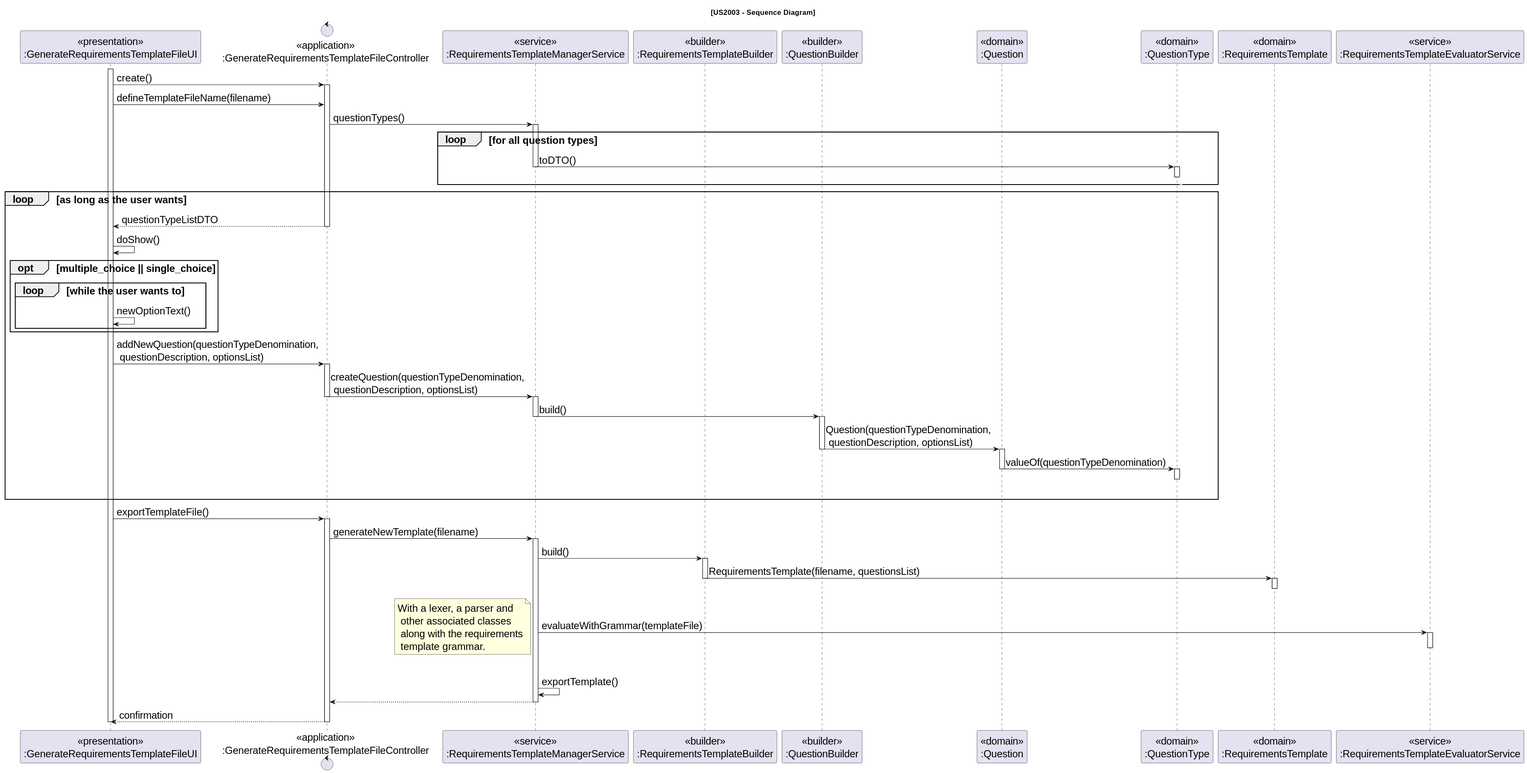
Before: docs/sb_us_2003/US2003_SD/US2003_SD.svg, a diagram exported from PlantUML (rita-barbosa/LAPR4-2324).
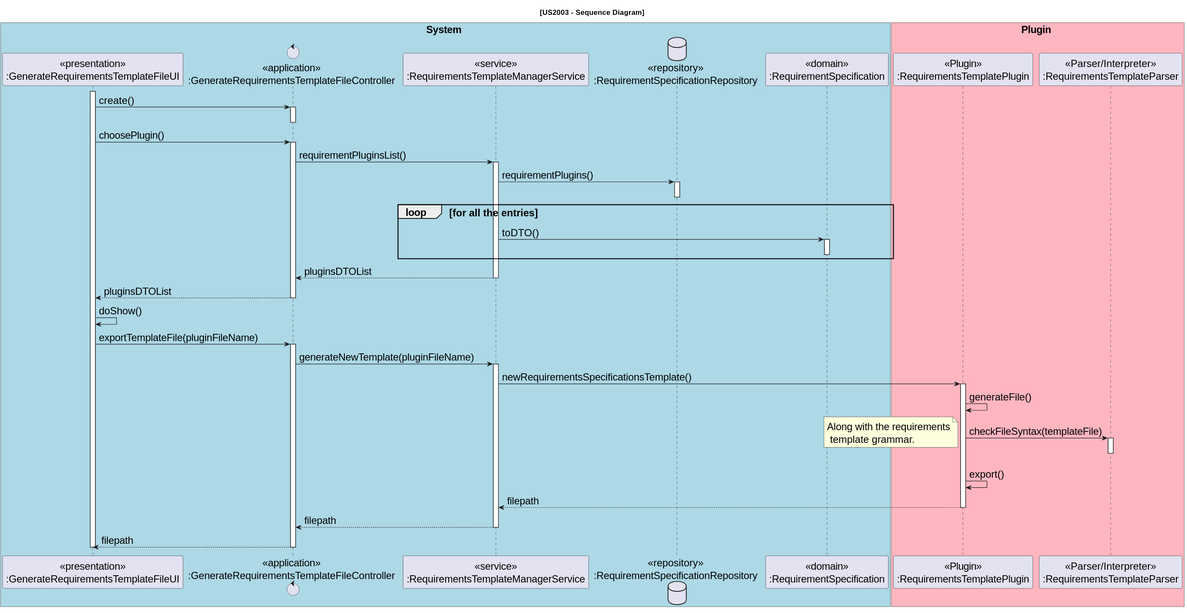
The same file after the commit.

Commit message:
docs: US2003 design update for plugin (diagrams, grammar + patterns) + text template example [#104]

The edit, as a diff of the source:
```diff
@@ -3,98 +3,78 @@
 
 title [US2003 - Sequence Diagram]
 
+box System #LightBlue
 participant "<<presentation>>\n:GenerateRequirementsTemplateFileUI" as UI
 control "<<application>>\n:GenerateRequirementsTemplateFileController" as CTRL
 participant "<<service>>\n:RequirementsTemplateManagerService" as Manager
-participant "<<builder>>\n:RequirementsTemplateBuilder" as TempBuilder
-participant "<<builder>>\n:QuestionBuilder" as QuestionBuilder
-participant "<<domain>>\n:Question" as Question
-participant "<<domain>>\n:QuestionType" as QuestionType
-participant "<<domain>>\n:RequirementsTemplate" as Template
-participant "<<service>>\n:RequirementsTemplateEvaluatorService" as TempEvaluator
+database "<<repository>>\n:RequirementSpecificationRepository" as ReqRep
+participant "<<domain>>\n:RequirementSpecification" as Requirement
+end box
+
+box Plugin #LightPink
+participant "<<Plugin>>\n:RequirementsTemplatePlugin" as Plugin
+participant "<<Parser/Interpreter>>\n:RequirementsTemplateParser" as Parser
+end box
+
 
 activate UI
 
-
 UI -> CTRL : create()
 activate CTRL
+deactivate CTRL
 
-UI -> CTRL : defineTemplateFileName(filename)
+UI -> CTRL : choosePlugin()
 
-CTRL -> Manager : questionTypes()
+activate CTRL
+
+CTRL -> Manager : requirementPluginsList()
 activate Manager
-    loop for all question types
-        Manager -> QuestionType : toDTO()
-    deactivate Manager
-    activate QuestionType
-        QuestionType -[#white]> QuestionType
-    deactivate QuestionType
-    end loop
 
-loop as long as the user wants
+Manager -> ReqRep : requirementPlugins()
+activate ReqRep
+deactivate ReqRep
 
-CTRL --> UI : questionTypeListDTO
+loop for all the entries
+    Manager -> Requirement : toDTO()
+    activate Requirement
+    deactivate Requirement
+end loop
+
+Manager --> CTRL : pluginsDTOList
+
+deactivate Manager
+
+CTRL --> UI : pluginsDTOList
 deactivate CTRL
 
 UI -> UI : doShow()
 
-opt multiple_choice || single_choice
-
-    loop while the user wants to
-    UI -> UI : newOptionText()
-    end loop
-end opt
-
-UI -> CTRL : addNewQuestion(questionTypeDenomination,\n questionDescription, optionsList)
+UI -> CTRL : exportTemplateFile(pluginFileName)
 activate CTRL
 
-
-CTRL -> Manager : createQuestion(questionTypeDenomination,\n questionDescription, optionsList)
-deactivate CTRL
-activate Manager
-
-    Manager -> QuestionBuilder : build()
-    deactivate Manager
-    activate QuestionBuilder
-
-    QuestionBuilder -> Question: Question(questionTypeDenomination,\n questionDescription, optionsList)
-    deactivate QuestionBuilder
-    activate Question
-        Question -> QuestionType : valueOf(questionTypeDenomination)
-        deactivate Question
-        activate QuestionType
-           QuestionType -[#white]> QuestionType
-        deactivate QuestionType
-|||
-end loop
-
-
-UI -> CTRL : exportTemplateFile()
-activate CTRL
-
-    CTRL -> Manager : generateNewTemplate(filename)
+    CTRL -> Manager : generateNewTemplate(pluginFileName)
     activate Manager
 
-        Manager -> TempBuilder : build()
-    activate TempBuilder
+        Manager -> Plugin : newRequirementsSpecificationsTemplate()
+    activate Plugin
 
-        TempBuilder -> Template : RequirementsTemplate(filename, questionsList)
-    deactivate TempBuilder
-    activate Template
-        Template -[#white]> Template
-    deactivate Template
+        Plugin -> Plugin : generateFile()
 
-    Manager -> TempEvaluator : evaluateWithGrammar(templateFile)
-    note left: With a lexer, a parser and\n other associated classes\n along with the requirements\n template grammar.
-    activate TempEvaluator
-    deactivate TempEvaluator
+        Plugin -> Parser : checkFileSyntax(templateFile)
+        note left: Along with the requirements\n template grammar.
 
-    Manager -> Manager : exportTemplate()
-    Manager --> CTRL
+        activate Parser
+        deactivate Parser
+
+        Plugin -> Plugin : export()
+       Plugin --> Manager : filepath
+    deactivate Plugin
+
+    Manager --> CTRL : filepath
     deactivate Manager
 
-    CTRL --> UI : confirmation
-    deactivate CTRL
+    CTRL --> UI : filepath
+deactivate CTRL
 
 deactivate UI
 @enduml
```
